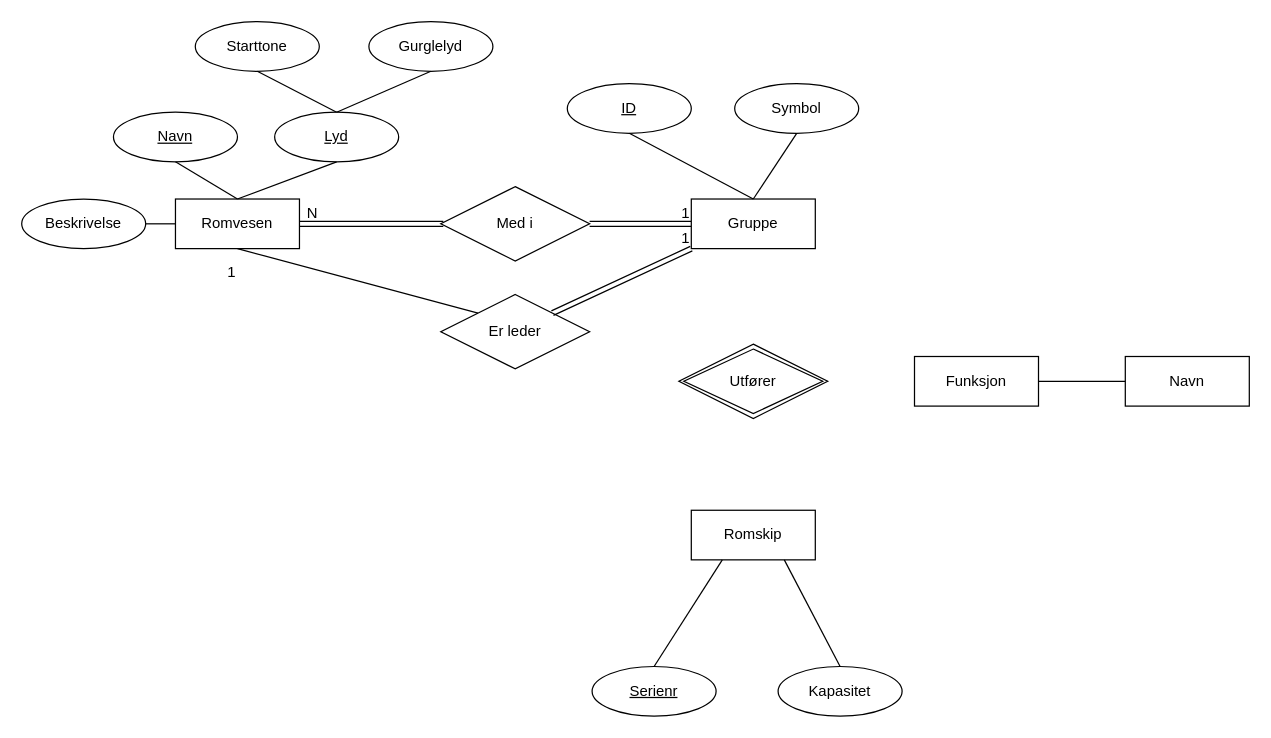
Before: oppg3.drawio in bendikmd/in2090, a draw.io diagram. Source tidied: cells renumbered, new cells numbered last; positions are measured from the earlier drawing's top-left corner, leaving out a move shared by most shapes. Both pictures are drawn from the tidied source at 124%, with x=0, y=0 at pixel (21, 21).
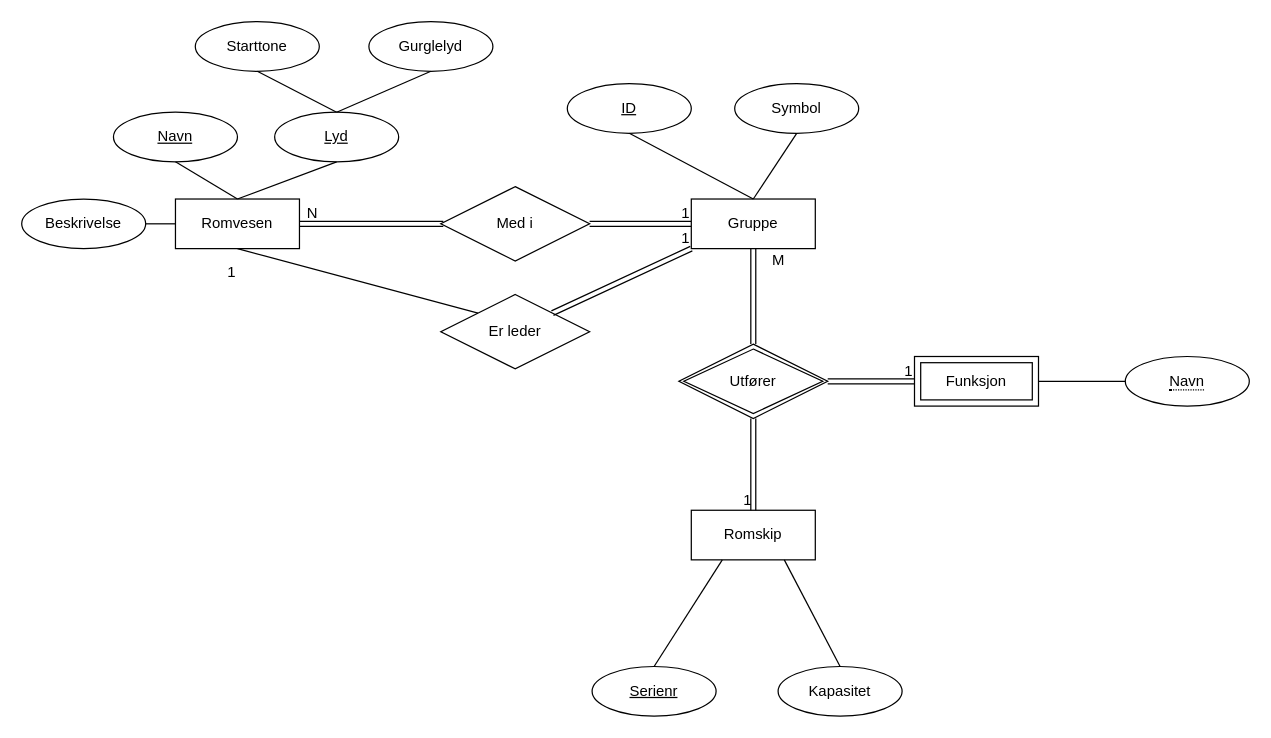
The same diagram, later.

The change refers to these unchanged cells:
```xml
<mxCell id="18" value="Gruppe" style="whiteSpace=wrap;html=1;align=center;" parent="1" vertex="1">
  <mxGeometry x="540" y="143" width="100" height="40" as="geometry" />
</mxCell>
<mxCell id="28" value="Romskip" style="whiteSpace=wrap;html=1;align=center;" parent="1" vertex="1">
  <mxGeometry x="540" y="394" width="100" height="40" as="geometry" />
</mxCell>
```

The edit, as a diff of the source:
```diff
@@
+    <mxCell id="35" style="endArrow=none;html=1;rounded=0;exitX=1;exitY=0.5;exitDx=0;exitDy=0;entryX=0;entryY=0.5;entryDx=0;entryDy=0;" parent="1" edge="1">
+      <mxGeometry relative="1" as="geometry">
+        <mxPoint x="820" y="290" as="sourcePoint" />
+        <mxPoint x="890" y="290" as="targetPoint" />
+      </mxGeometry>
+    </mxCell>
+    <mxCell id="36" value="Utfører" style="shape=rhombus;double=1;perimeter=rhombusPerimeter;whiteSpace=wrap;html=1;align=center;" parent="1" vertex="1">
+      <mxGeometry x="530" y="260" width="120" height="60" as="geometry" />
+    </mxCell>
+    <mxCell id="37" style="shape=link;html=1;rounded=0;exitX=0.5;exitY=1;exitDx=0;exitDy=0;entryX=0.5;entryY=0;entryDx=0;entryDy=0;" parent="1" edge="1" source="18" target="36">
+      <mxGeometry relative="1" as="geometry" />
+    </mxCell>
+    <mxCell id="38" style="shape=link;html=1;rounded=0;exitX=0.5;exitY=1;exitDx=0;exitDy=0;entryX=0.5;entryY=0;entryDx=0;entryDy=0;" parent="1" edge="1" source="36" target="28">
+      <mxGeometry relative="1" as="geometry" />
+    </mxCell>
+    <mxCell id="39" value="1" style="html=1;whiteSpace=wrap;align=right;verticalAlign=bottom;" parent="38" vertex="1">
+      <mxGeometry x="1" relative="1" as="geometry" />
+    </mxCell>
+    <mxCell id="40" style="shape=link;html=1;rounded=0;entryX=0;entryY=0.5;entryDx=0;entryDy=0;" parent="1" edge="1">
+      <mxGeometry relative="1" as="geometry">
+        <mxPoint x="650" y="290" as="sourcePoint" />
+        <mxPoint x="720" y="290" as="targetPoint" />
+      </mxGeometry>
+    </mxCell>
+    <mxCell id="41" value="1" style="html=1;whiteSpace=wrap;align=right;verticalAlign=bottom;" parent="40" vertex="1">
+      <mxGeometry x="1" relative="1" as="geometry" />
+    </mxCell>
-    <mxCell id="33" value="Funksjon" style="whiteSpace=wrap;html=1;align=center;" parent="1" vertex="1">
+    <mxCell id="33" value="Funksjon" style="shape=ext;margin=3;double=1;whiteSpace=wrap;html=1;align=center;" parent="1" vertex="1">
       <mxGeometry x="720" y="270" width="100" height="40" as="geometry" />
     </mxCell>
-    <mxCell id="34" value="Navn" style="whiteSpace=wrap;html=1;align=center;" parent="1" vertex="1">
+    <mxCell id="34" value="&lt;span style=&quot;border-bottom: 1px dotted&quot;&gt;Navn&lt;/span&gt;" style="ellipse;whiteSpace=wrap;html=1;align=center;" parent="1" vertex="1">
       <mxGeometry x="890" y="270" width="100" height="40" as="geometry" />
     </mxCell>
-    <mxCell id="35" style="endArrow=none;html=1;rounded=0;exitX=1;exitY=0.5;exitDx=0;exitDy=0;entryX=0;entryY=0.5;entryDx=0;entryDy=0;" parent="1" edge="1" source="33" target="34">
-      <mxGeometry relative="1" as="geometry" />
-    </mxCell>
-    <mxCell id="36" value="Utfører" style="shape=rhombus;double=1;perimeter=rhombusPerimeter;whiteSpace=wrap;html=1;align=center;" parent="1" vertex="1">
-      <mxGeometry x="530" y="260" width="120" height="60" as="geometry" />
-    </mxCell>
+    <mxCell id="42" value="M" style="text;html=1;align=center;verticalAlign=middle;strokeColor=none;fillColor=none;" parent="1" vertex="1">
+      <mxGeometry x="595" y="178" width="30" height="30" as="geometry" />
+    </mxCell>
```
